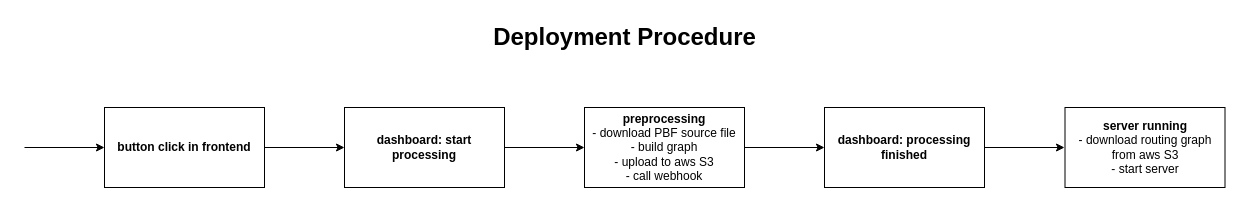
This is img/procedure.drawio from tuesd4y/cloud-computing-project, a draw.io file, before an edit. Source tidied: cells renumbered, new cells numbered last; positions are measured from the earlier drawing's top-left corner, leaving out a move shared by most shapes. Both pictures are drawn from the tidied source at 100%, with x=0, y=0 at pixel (24, 17).
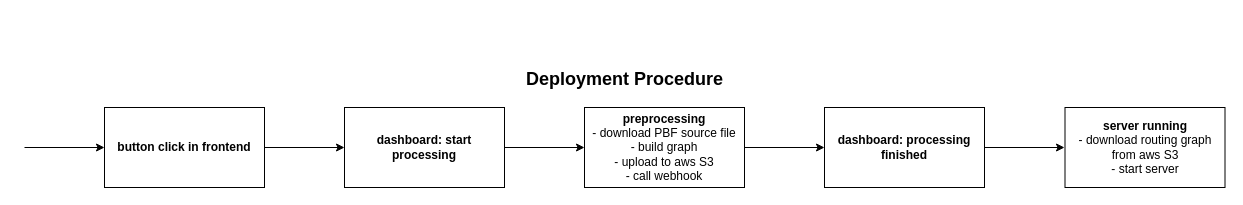
After the change.

Change to the diagram source:
```diff
@@
 <mxGraphModel>
   <root>
     <mxCell id="0" />
     <mxCell id="1" parent="0" />
     <mxCell id="2" value="&lt;b&gt;button click in frontend&lt;/b&gt;" style="rounded=0;whiteSpace=wrap;html=1;align=center;" parent="1" vertex="1">
       <mxGeometry x="80" y="90" width="160" height="80" as="geometry" />
     </mxCell>
     <mxCell id="3" style="endArrow=classic;html=1;rounded=0;" parent="1" edge="1">
       <mxGeometry relative="1" as="geometry">
         <mxPoint y="130" as="sourcePoint" />
         <mxPoint x="80" y="130" as="targetPoint" />
       </mxGeometry>
     </mxCell>
     <mxCell id="4" value="&lt;b&gt;dashboard: start processing&lt;/b&gt;" style="rounded=0;whiteSpace=wrap;html=1;align=center;" parent="1" vertex="1">
       <mxGeometry x="320" y="90" width="160" height="80" as="geometry" />
     </mxCell>
     <mxCell id="5" style="endArrow=classic;html=1;rounded=0;exitX=1;exitY=0.5;exitDx=0;exitDy=0;entryX=0;entryY=0.5;entryDx=0;entryDy=0;" parent="1" edge="1" source="2" target="4">
       <mxGeometry relative="1" as="geometry" />
     </mxCell>
     <mxCell id="6" value="&lt;b&gt;preprocessing&lt;/b&gt;&lt;br&gt;- download PBF source file&lt;br&gt;- build graph&lt;br&gt;- upload to aws S3&lt;br&gt;- call webhook" style="rounded=0;whiteSpace=wrap;html=1;align=center;" parent="1" vertex="1">
       <mxGeometry x="560" y="90" width="160" height="80" as="geometry" />
     </mxCell>
     <mxCell id="7" style="endArrow=classic;html=1;rounded=0;exitX=1;exitY=0.5;exitDx=0;exitDy=0;" parent="1" edge="1" source="4">
       <mxGeometry relative="1" as="geometry">
         <mxPoint x="560" y="130" as="targetPoint" />
       </mxGeometry>
     </mxCell>
     <mxCell id="8" value="&lt;b&gt;server running&lt;/b&gt;&lt;br&gt;- download routing graph from aws S3&lt;br&gt;- start server" style="rounded=0;whiteSpace=wrap;html=1;align=center;" parent="1" vertex="1">
       <mxGeometry x="1040.5" y="90" width="160" height="80" as="geometry" />
     </mxCell>
     <mxCell id="9" style="endArrow=classic;html=1;rounded=0;exitX=1;exitY=0.5;exitDx=0;exitDy=0;entryX=0;entryY=0.5;entryDx=0;entryDy=0;" parent="1" edge="1" source="6" target="10">
       <mxGeometry relative="1" as="geometry" />
     </mxCell>
     <mxCell id="10" value="&lt;b&gt;dashboard: processing finished&lt;/b&gt;" style="rounded=0;whiteSpace=wrap;html=1;align=center;" parent="1" vertex="1">
       <mxGeometry x="800" y="90" width="160" height="80" as="geometry" />
     </mxCell>
     <mxCell id="11" style="endArrow=classic;html=1;rounded=0;exitX=1;exitY=0.5;exitDx=0;exitDy=0;" parent="1" edge="1" source="10">
       <mxGeometry relative="1" as="geometry">
         <mxPoint x="1040" y="130" as="targetPoint" />
       </mxGeometry>
     </mxCell>
-    <mxCell id="12" value="Deployment Procedure" style="text;strokeColor=none;fillColor=none;html=1;fontSize=24;fontStyle=1;verticalAlign=middle;align=center;" parent="1" vertex="1">
-      <mxGeometry width="1200" height="40" as="geometry" />
+    <mxCell id="12" value="&lt;font style=&quot;font-size: 18px&quot;&gt;Deployment Procedure&lt;/font&gt;" style="text;strokeColor=none;fillColor=none;html=1;fontSize=24;fontStyle=1;verticalAlign=middle;align=center;" parent="1" vertex="1">
+      <mxGeometry y="40" width="1200" height="40" as="geometry" />
     </mxCell>
   </root>
 </mxGraphModel>
```
